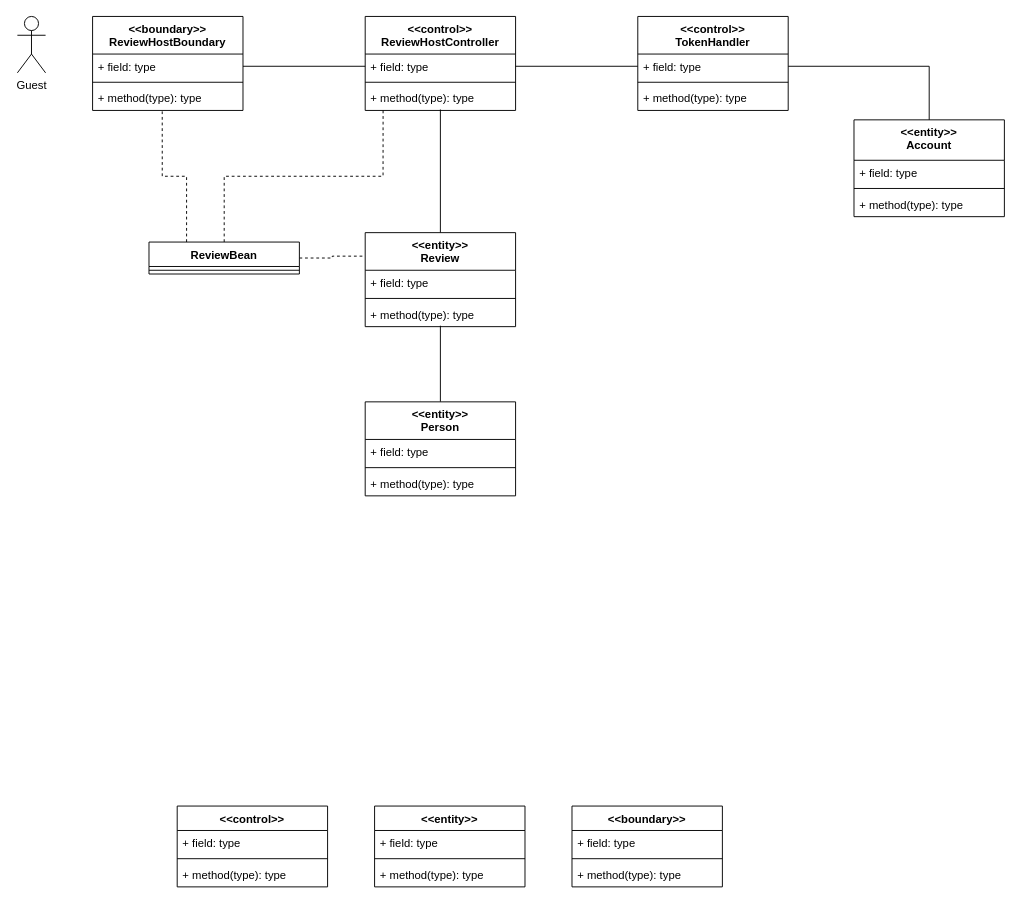
nic-agos/DoveStudi keeps this draw.io diagram as Docs/VoPC/VoPC ReviewHost.drawio. Above is the earlier version. Source tidied: cells renumbered, new cells numbered last; positions are measured from the earlier drawing's top-left corner, leaving out a move shared by most shapes. Both pictures are drawn from the tidied source at 94%, with x=0, y=0 at pixel (17, 16).
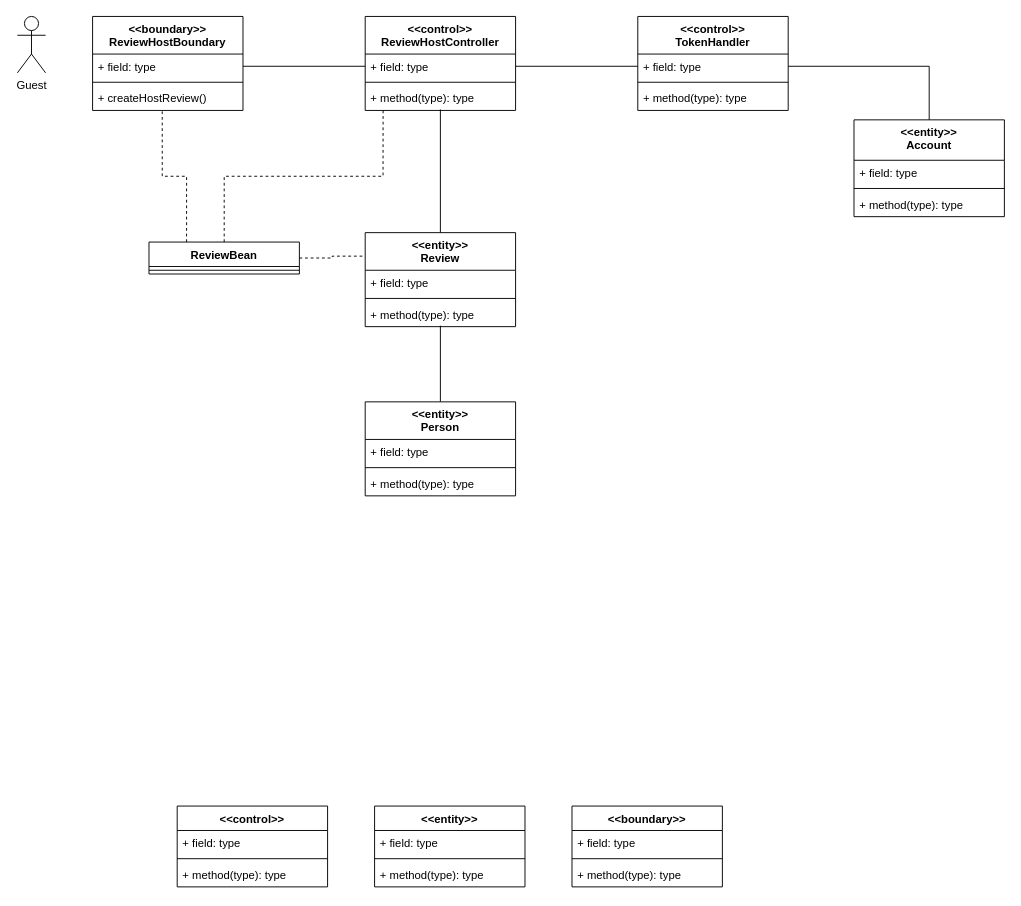
The same page after the edit.

Unchanged cells that the change refers to:
```xml
<mxCell id="20" value="&lt;&lt;boundary&gt;&gt;&#10;ReviewHostBoundary" style="swimlane;fontStyle=1;align=center;verticalAlign=top;horizontal=1;startSize=40;" parent="1" vertex="1">
  <mxGeometry x="80" width="160" height="100" as="geometry" />
</mxCell>
```

What changed in the source:
```diff
@@
-    <mxCell id="23" value="+ method(type): type" style="text;strokeColor=none;fillColor=none;align=left;verticalAlign=top;spacingLeft=4;spacingRight=4;overflow=hidden;points=[[0,0.5],[1,0.5]];portConstraint=eastwest;" parent="20" vertex="1">
+    <mxCell id="23" value="+ createHostReview()" style="text;strokeColor=none;fillColor=none;align=left;verticalAlign=top;spacingLeft=4;spacingRight=4;overflow=hidden;points=[[0,0.5],[1,0.5]];portConstraint=eastwest;" parent="20" vertex="1">
       <mxGeometry y="74" width="160" height="26" as="geometry" />
     </mxCell>
```
